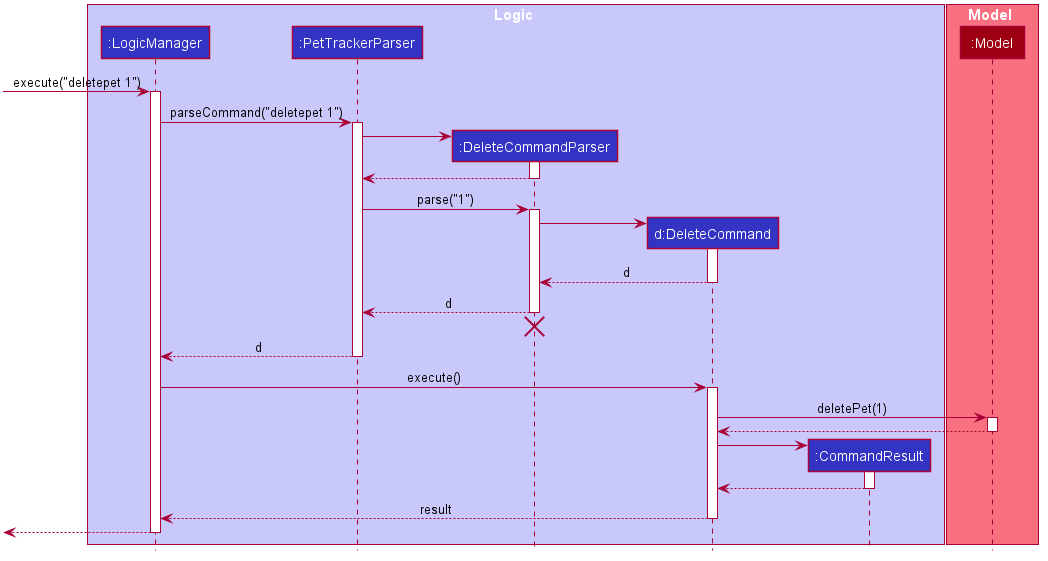
umaikaze/main keeps this PlantUML diagram as docs/images/DeleteSequenceDiagram.png. Above is the earlier version.
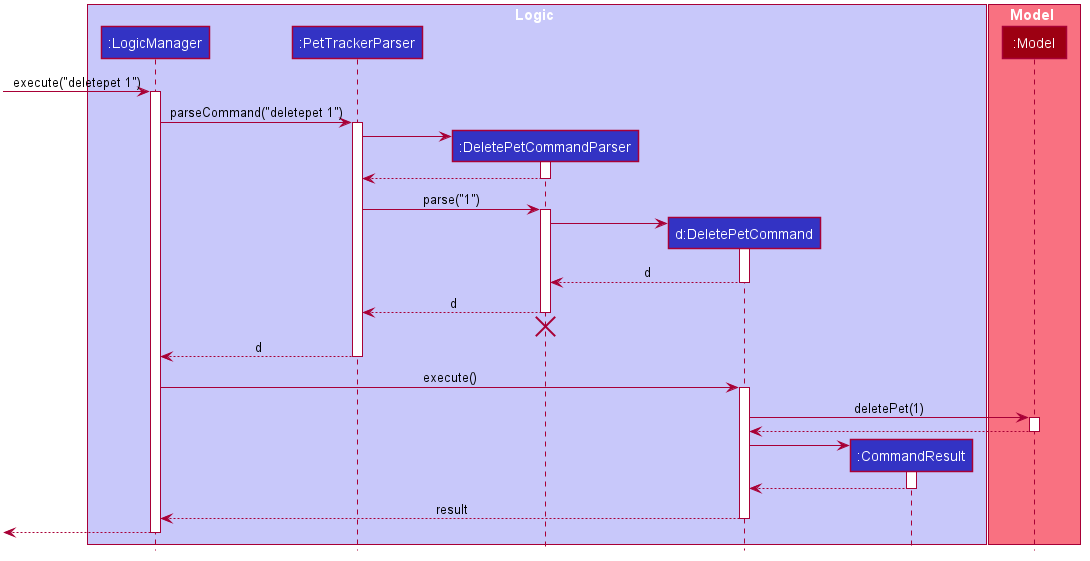
After the change.

Change to the diagram source:
```diff
@@ -51,8 +51,8 @@
 box Logic #C8C8FA
 participant ":LogicManager" as LogicManager #3333C4
 participant ":PetTrackerParser" as PetTrackerParser #3333C4
-participant ":DeleteCommandParser" as DeleteCommandParser #3333C4
-participant "d:DeleteCommand" as DeleteCommand #3333C4
+participant ":DeletePetCommandParser" as DeletePetCommandParser #3333C4
+participant "d:DeletePetCommand" as DeletePetCommand #3333C4
 participant ":CommandResult" as CommandResult #3333C4
 end box
 
@@ -66,49 +66,49 @@
 LogicManager -> PetTrackerParser : parseCommand("deletepet 1")
 activate PetTrackerParser
 
-create DeleteCommandParser
-PetTrackerParser -> DeleteCommandParser
-activate DeleteCommandParser
+create DeletePetCommandParser
+PetTrackerParser -> DeletePetCommandParser
+activate DeletePetCommandParser
 
-DeleteCommandParser --> PetTrackerParser
-deactivate DeleteCommandParser
+DeletePetCommandParser --> PetTrackerParser
+deactivate DeletePetCommandParser
 
-PetTrackerParser -> DeleteCommandParser : parse("1")
-activate DeleteCommandParser
+PetTrackerParser -> DeletePetCommandParser : parse("1")
+activate DeletePetCommandParser
 
-create DeleteCommand
-DeleteCommandParser -> DeleteCommand
-activate DeleteCommand
+create DeletePetCommand
+DeletePetCommandParser -> DeletePetCommand
+activate DeletePetCommand
 
-DeleteCommand --> DeleteCommandParser : d
-deactivate DeleteCommand
+DeletePetCommand --> DeletePetCommandParser : d
+deactivate DeletePetCommand
 
-DeleteCommandParser --> PetTrackerParser : d
-deactivate DeleteCommandParser
-DeleteCommandParser -[hidden]-> PetTrackerParser
-destroy DeleteCommandParser
+DeletePetCommandParser --> PetTrackerParser : d
+deactivate DeletePetCommandParser
+DeletePetCommandParser -[hidden]-> PetTrackerParser
+destroy DeletePetCommandParser
 
 PetTrackerParser --> LogicManager : d
 deactivate PetTrackerParser
 
-LogicManager -> DeleteCommand : execute()
-activate DeleteCommand
+LogicManager -> DeletePetCommand : execute()
+activate DeletePetCommand
 
-DeleteCommand -> Model : deletePet(1)
+DeletePetCommand -> Model : deletePet(1)
 activate Model
 
-Model --> DeleteCommand
+Model --> DeletePetCommand
 deactivate Model
 
 create CommandResult
-DeleteCommand -> CommandResult
+DeletePetCommand -> CommandResult
 activate CommandResult
 
-CommandResult --> DeleteCommand
+CommandResult --> DeletePetCommand
 deactivate CommandResult
 
-DeleteCommand --> LogicManager : result
-deactivate DeleteCommand
+DeletePetCommand --> LogicManager : result
+deactivate DeletePetCommand
 
 [<--LogicManager
 deactivate LogicManager
```
